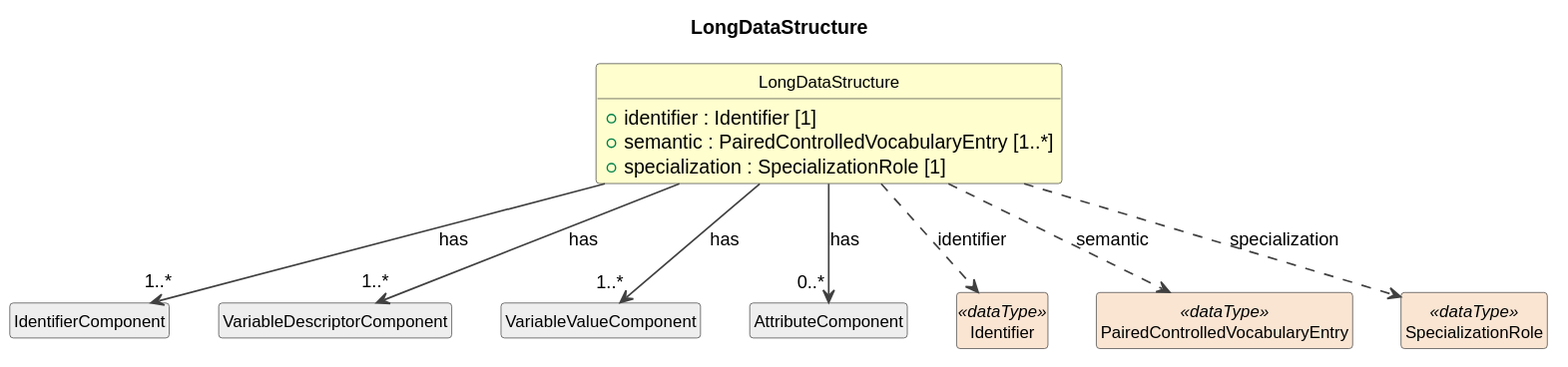
The PlantUML diagram build/plantuml/cdifDataStructure/Classes/LongDataStructure.svg in Cross-Domain-Interoperability-Framework/metadataBuildingBlocks, before a commit. Its diagram source:
```plantuml
@startuml
title LongDataStructure
hide circle
hide empty members
skinparam shadowing false
skinparam ArrowThickness 1.2
skinparam class {
  ArrowColor #404040
  BorderColor #404040
  FontSize 12
}

class "LongDataStructure" as LongDataStructure #FEFECE {
  +identifier : Identifier [1]
  +semantic : PairedControlledVocabularyEntry [1..*]
  +specialization : SpecializationRole [1]
}
class "IdentifierComponent" as IdentifierComponent #EEEEEE
LongDataStructure --> "1..*" IdentifierComponent : has
class "VariableDescriptorComponent" as VariableDescriptorComponent #EEEEEE
LongDataStructure --> "1..*" VariableDescriptorComponent : has
class "VariableValueComponent" as VariableValueComponent #EEEEEE
LongDataStructure --> "1..*" VariableValueComponent : has
class "AttributeComponent" as AttributeComponent #EEEEEE
LongDataStructure --> "0..*" AttributeComponent : has
class "Identifier" as Identifier <<dataType>> #FAE5D3
LongDataStructure ..> Identifier : identifier
class "PairedControlledVocabularyEntry" as PairedControlledVocabularyEntry <<dataType>> #FAE5D3
LongDataStructure ..> PairedControlledVocabularyEntry : semantic
class "SpecializationRole" as SpecializationRole <<dataType>> #FAE5D3
LongDataStructure ..> SpecializationRole : specialization
@enduml
```
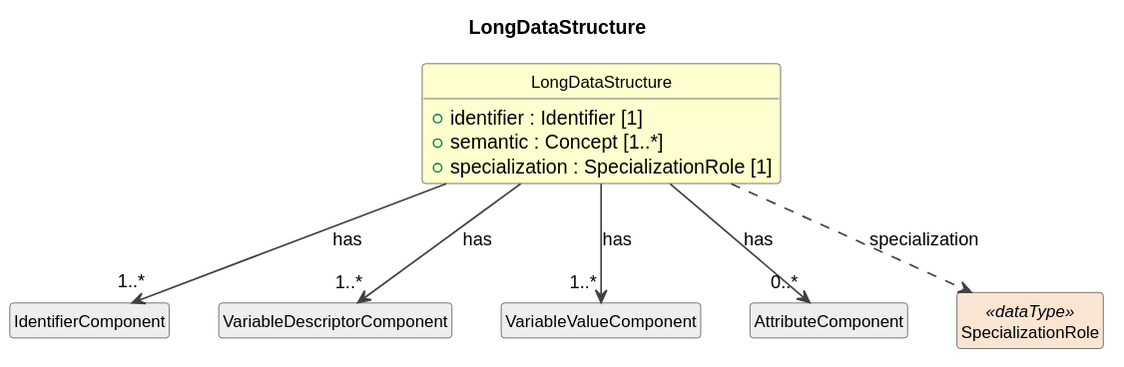
The same file after the commit.

Diff of the diagram source:
```diff
@@ -12,7 +12,7 @@
 
 class "LongDataStructure" as LongDataStructure #FEFECE {
   +identifier : Identifier [1]
-  +semantic : PairedControlledVocabularyEntry [1..*]
+  +semantic : Concept [1..*]
   +specialization : SpecializationRole [1]
 }
 class "IdentifierComponent" as IdentifierComponent #EEEEEE
@@ -23,10 +23,6 @@
 LongDataStructure --> "1..*" VariableValueComponent : has
 class "AttributeComponent" as AttributeComponent #EEEEEE
 LongDataStructure --> "0..*" AttributeComponent : has
-class "Identifier" as Identifier <<dataType>> #FAE5D3
-LongDataStructure ..> Identifier : identifier
-class "PairedControlledVocabularyEntry" as PairedControlledVocabularyEntry <<dataType>> #FAE5D3
-LongDataStructure ..> PairedControlledVocabularyEntry : semantic
 class "SpecializationRole" as SpecializationRole <<dataType>> #FAE5D3
 LongDataStructure ..> SpecializationRole : specialization
 @enduml
```
